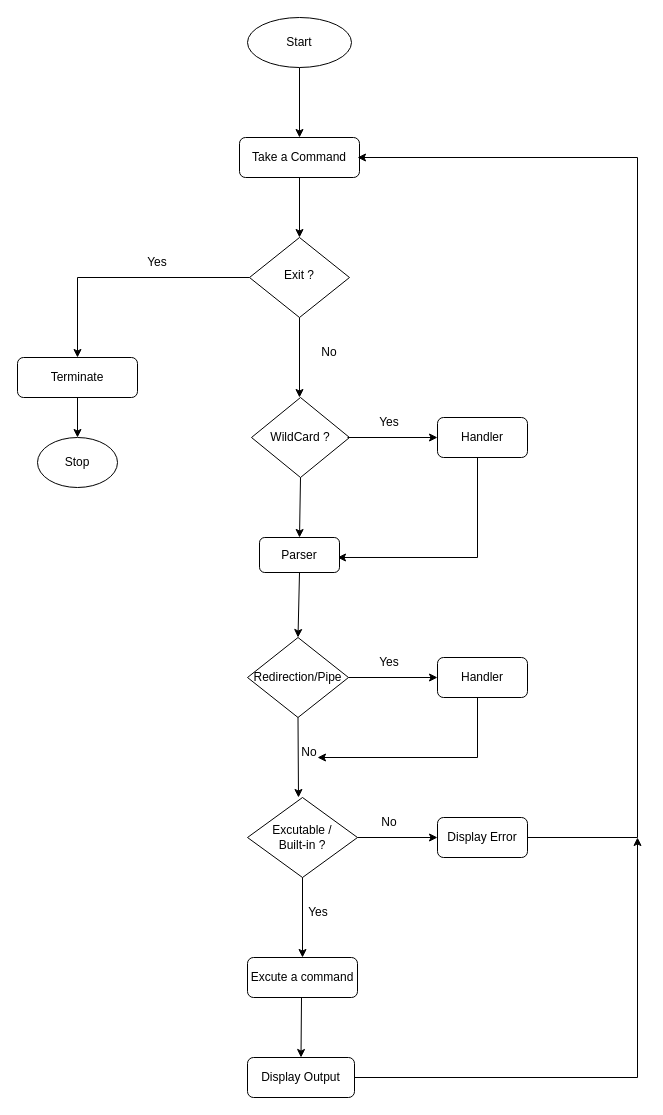
The draw.io diagram Untitled Diagram.drawio in firacil/sampleshell, before the edit. Source tidied: cells renumbered, new cells numbered last; positions are measured from the earlier drawing's top-left corner, leaving out a move shared by most shapes. Both pictures are drawn from the tidied source at 100%, with x=0, y=0 at pixel (17, 17).
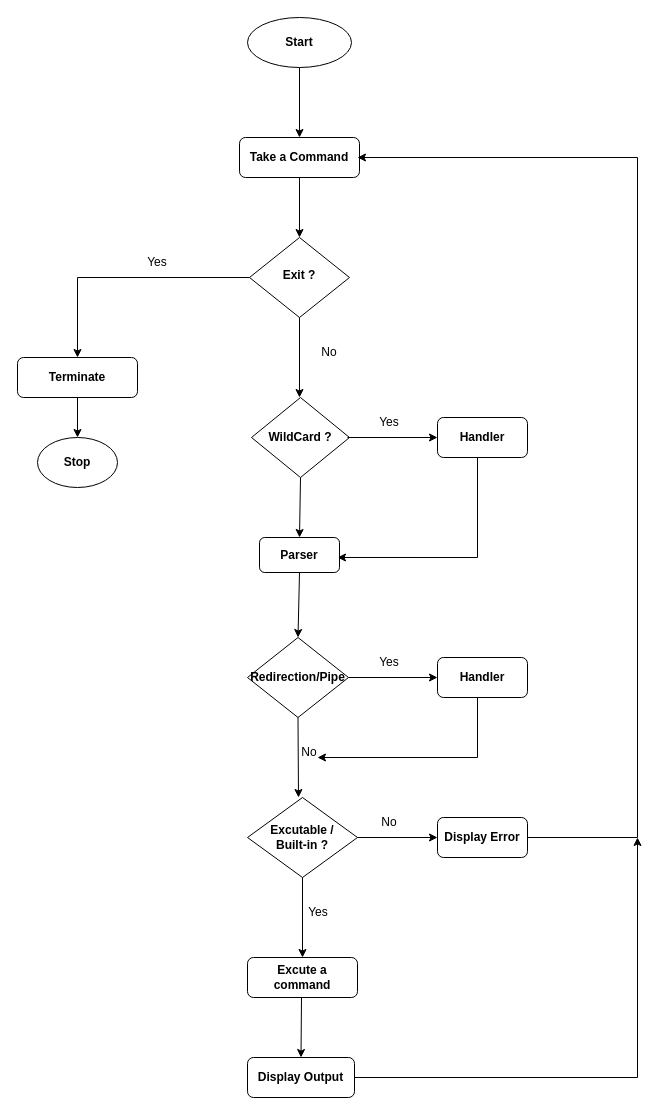
After the change.

Diff of the diagram source:
```diff
@@
-<mxGraphModel>
+<mxGraphModel background="#FFFFFF">
@@
-    <mxCell id="2" value="Take a Command" style="rounded=1;whiteSpace=wrap;html=1;fontSize=12;glass=0;strokeWidth=1;shadow=0;" parent="1" vertex="1">
+    <mxCell id="2" value="&lt;b&gt;Take a Command&lt;/b&gt;" style="rounded=1;whiteSpace=wrap;html=1;fontSize=12;glass=0;strokeWidth=1;shadow=0;" parent="1" vertex="1">
       <mxGeometry x="222" y="120" width="120" height="40" as="geometry" />
     </mxCell>
-    <mxCell id="3" value="Exit ?" style="rhombus;whiteSpace=wrap;html=1;shadow=0;fontFamily=Helvetica;fontSize=12;align=center;strokeWidth=1;spacing=6;spacingTop=-4;" parent="1" vertex="1">
+    <mxCell id="3" value="&lt;b&gt;Exit ?&lt;/b&gt;" style="rhombus;whiteSpace=wrap;html=1;shadow=0;fontFamily=Helvetica;fontSize=12;align=center;strokeWidth=1;spacing=6;spacingTop=-4;" parent="1" vertex="1">
       <mxGeometry x="232" y="220" width="100" height="80" as="geometry" />
     </mxCell>
-    <mxCell id="4" value="Terminate" style="rounded=1;whiteSpace=wrap;html=1;fontSize=12;glass=0;strokeWidth=1;shadow=0;" parent="1" vertex="1">
+    <mxCell id="4" value="&lt;b&gt;Terminate&lt;/b&gt;" style="rounded=1;whiteSpace=wrap;html=1;fontSize=12;glass=0;strokeWidth=1;shadow=0;" parent="1" vertex="1">
       <mxGeometry y="340" width="120" height="40" as="geometry" />
     </mxCell>
@@
-    <mxCell id="6" value="Start" style="ellipse;whiteSpace=wrap;html=1;" parent="1" vertex="1">
+    <mxCell id="6" value="&lt;b&gt;Start&lt;/b&gt;" style="ellipse;whiteSpace=wrap;html=1;" parent="1" vertex="1">
       <mxGeometry x="230" width="104" height="50" as="geometry" />
     </mxCell>
@@
-    <mxCell id="10" value="Stop" style="ellipse;whiteSpace=wrap;html=1;" parent="1" vertex="1">
+    <mxCell id="10" value="&lt;b&gt;Stop&lt;/b&gt;" style="ellipse;whiteSpace=wrap;html=1;" parent="1" vertex="1">
       <mxGeometry x="20" y="420" width="80" height="50" as="geometry" />
     </mxCell>
@@
-    <mxCell id="14" value="WildCard ?" style="rhombus;whiteSpace=wrap;html=1;" parent="1" vertex="1">
+    <mxCell id="14" value="&lt;b&gt;WildCard ?&lt;/b&gt;" style="rhombus;whiteSpace=wrap;html=1;" parent="1" vertex="1">
       <mxGeometry x="234" y="380" width="98" height="80" as="geometry" />
     </mxCell>
@@
-    <mxCell id="16" value="Handler" style="rounded=1;whiteSpace=wrap;html=1;" parent="1" vertex="1">
+    <mxCell id="16" value="&lt;b&gt;Handler&lt;/b&gt;" style="rounded=1;whiteSpace=wrap;html=1;" parent="1" vertex="1">
       <mxGeometry x="420" y="400" width="90" height="40" as="geometry" />
     </mxCell>
@@
-    <mxCell id="19" value="Parser" style="rounded=1;whiteSpace=wrap;html=1;" parent="1" vertex="1">
+    <mxCell id="19" value="&lt;b&gt;Parser&lt;/b&gt;" style="rounded=1;whiteSpace=wrap;html=1;" parent="1" vertex="1">
       <mxGeometry x="242" y="520" width="80" height="35" as="geometry" />
     </mxCell>
@@
-    <mxCell id="21" value="Redirection/Pipe" style="rhombus;whiteSpace=wrap;html=1;" parent="1" vertex="1">
+    <mxCell id="21" value="&lt;b&gt;Redirection/Pipe&lt;/b&gt;" style="rhombus;whiteSpace=wrap;html=1;" parent="1" vertex="1">
       <mxGeometry x="230" y="620" width="101" height="80" as="geometry" />
     </mxCell>
@@
-    <mxCell id="24" value="Handler" style="rounded=1;whiteSpace=wrap;html=1;" parent="1" vertex="1">
+    <mxCell id="24" value="&lt;b&gt;Handler&lt;/b&gt;" style="rounded=1;whiteSpace=wrap;html=1;" parent="1" vertex="1">
       <mxGeometry x="420" y="640" width="90" height="40" as="geometry" />
     </mxCell>
@@
-    <mxCell id="29" value="Excutable /&lt;br&gt;Built-in ?" style="rhombus;whiteSpace=wrap;html=1;" parent="1" vertex="1">
+    <mxCell id="29" value="&lt;b&gt;Excutable /&lt;br&gt;Built-in ?&lt;/b&gt;" style="rhombus;whiteSpace=wrap;html=1;" parent="1" vertex="1">
       <mxGeometry x="230" y="780" width="110" height="80" as="geometry" />
     </mxCell>
@@
-    <mxCell id="31" value="Display Error" style="rounded=1;whiteSpace=wrap;html=1;" parent="1" vertex="1">
+    <mxCell id="31" value="&lt;b&gt;Display Error&lt;/b&gt;" style="rounded=1;whiteSpace=wrap;html=1;" parent="1" vertex="1">
       <mxGeometry x="420" y="800" width="90" height="40" as="geometry" />
     </mxCell>
@@
-    <mxCell id="35" value="Excute a command" style="rounded=1;whiteSpace=wrap;html=1;" parent="1" vertex="1">
+    <mxCell id="35" value="&lt;b&gt;Excute a command&lt;/b&gt;" style="rounded=1;whiteSpace=wrap;html=1;" parent="1" vertex="1">
       <mxGeometry x="230" y="940" width="110" height="40" as="geometry" />
     </mxCell>
-    <mxCell id="36" value="Display Output" style="rounded=1;whiteSpace=wrap;html=1;" parent="1" vertex="1">
+    <mxCell id="36" value="&lt;b&gt;Display Output&lt;/b&gt;" style="rounded=1;whiteSpace=wrap;html=1;" parent="1" vertex="1">
       <mxGeometry x="230" y="1040" width="107" height="40" as="geometry" />
     </mxCell>
```
